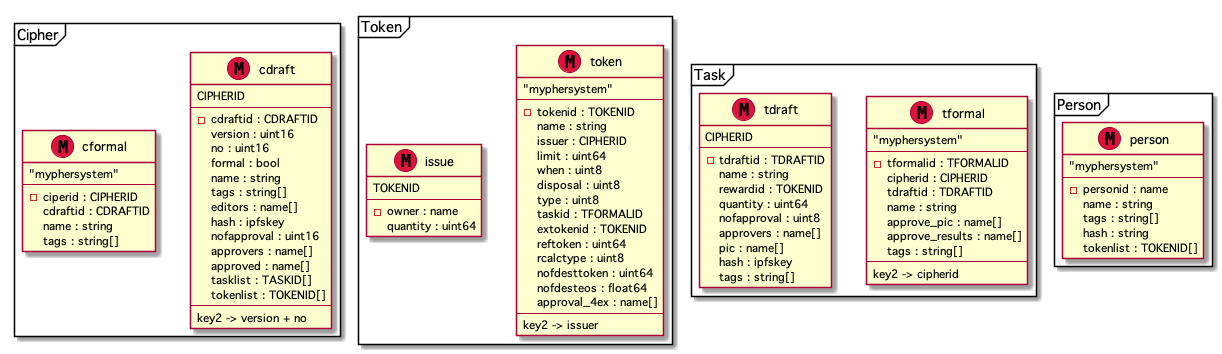
mypher/mypher keeps this PlantUML diagram as doc/data_structure.png. Above is the earlier version.
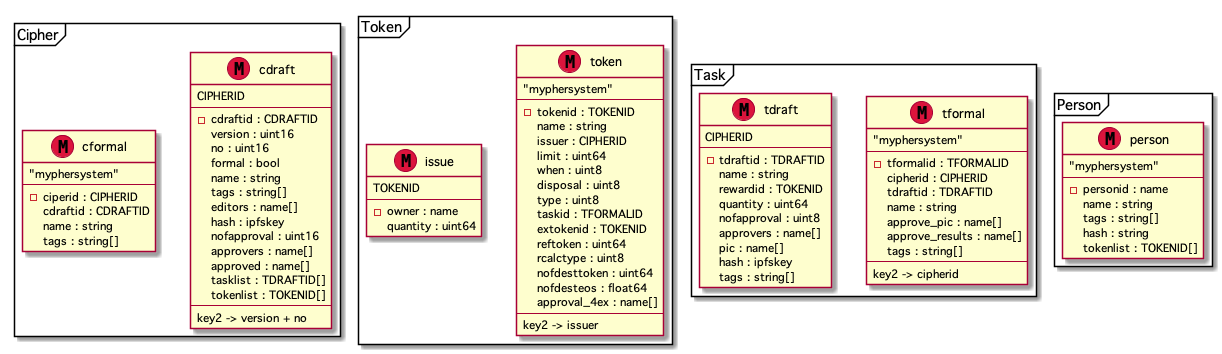
After the change.

What changed in the source:
```diff
@@ -17,7 +17,7 @@
 		nofapproval : uint16
 		approvers : name[]
 		approved : name[]
-		tasklist : TASKID[]
+		tasklist : TDRAFTID[]
 		tokenlist : TOKENID[]
 		--
 		key2 -> version + no
```
